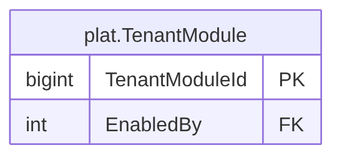
The Mermaid diagram treasury-platform/docs/diagrams/erd/m0_tenancy_3.png in thawrasy/smartlines, before a commit. Its source is kept beside it as treasury-platform/docs/diagrams/erd/m0_tenancy_3.mmd. The source it was exported from:
```mermaid
erDiagram
  plat_TenantModule["plat.TenantModule"] {
    bigint TenantModuleId PK
    int EnabledBy FK
  }
```
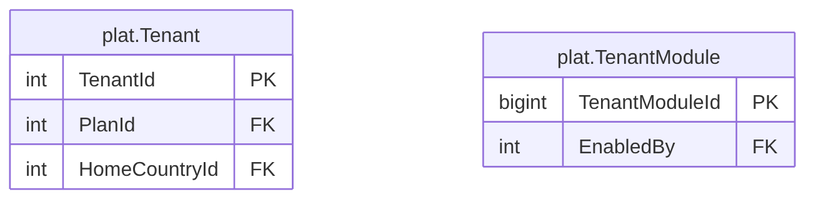
After the commit.

The edit, as a diff of the source:
```diff
@@ -1,4 +1,9 @@
 erDiagram
+  plat_Tenant["plat.Tenant"] {
+    int TenantId PK
+    int PlanId FK
+    int HomeCountryId FK
+  }
   plat_TenantModule["plat.TenantModule"] {
     bigint TenantModuleId PK
     int EnabledBy FK
```
